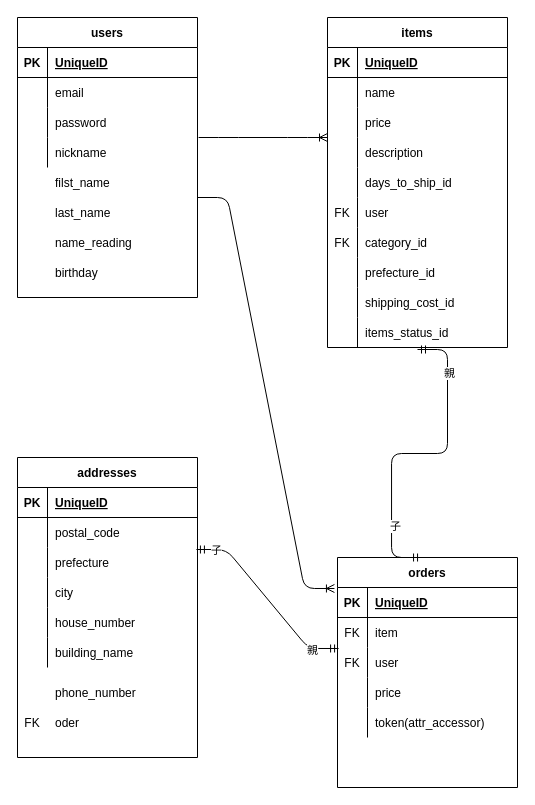
This is ER.dio from nankokuchu/furima-35010, a draw.io file, before an edit. Source tidied: cells renumbered, new cells numbered last; positions are measured from the earlier drawing's top-left corner, leaving out a move shared by most shapes. Both pictures are drawn from the tidied source at 100%, with x=0, y=0 at pixel (17, 17).
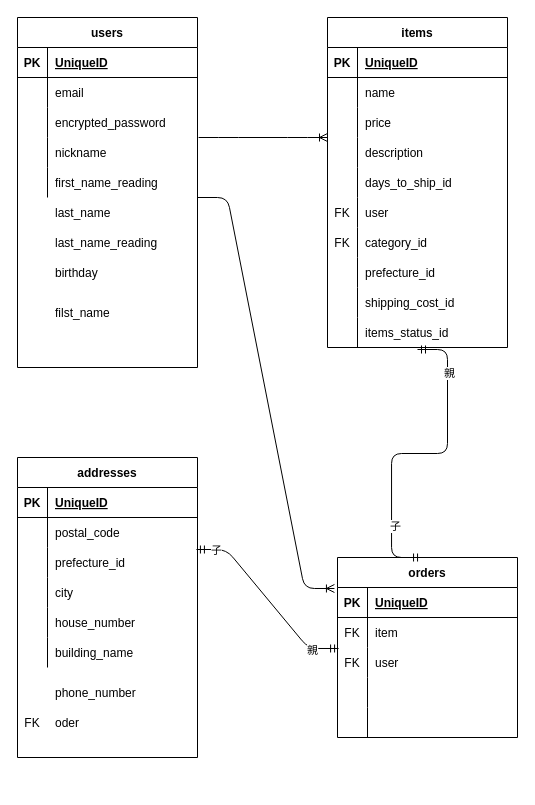
The same page after the edit.

Commit message (it also covers changes not shown here):
データーベース設計（修正2）

Unchanged cells that the change refers to:
```xml
<mxCell id="9" style="shape=partialRectangle;fillColor=none;top=0;left=0;bottom=0;right=0;" parent="2" vertex="1">
  <mxGeometry y="90" width="180" height="30" as="geometry" />
</mxCell>
<mxCell id="61" style="shape=partialRectangle;fillColor=none;top=0;left=0;bottom=0;right=0;" parent="51" vertex="1">
  <mxGeometry y="120" width="180" height="30" as="geometry" />
</mxCell>
<mxCell id="64" style="shape=partialRectangle;fillColor=none;top=0;left=0;bottom=0;right=0;" parent="51" vertex="1">
  <mxGeometry y="150" width="180" height="30" as="geometry" />
</mxCell>
<mxCell id="74" style="shape=partialRectangle;fillColor=none;top=0;left=0;bottom=0;right=0;points=[[0,0.5],[1,0.5]];portConstraint=eastwest;" parent="67" vertex="1">
  <mxGeometry y="90" width="180" height="30" as="geometry" />
</mxCell>
```

Change to the diagram source:
```diff
@@
     <mxCell id="2" value="users" style="shape=table;startSize=30;childLayout=tableLayout;rowLines=0;fontStyle=1;align=center;" parent="1" vertex="1">
-      <mxGeometry width="180" height="280" as="geometry" />
+      <mxGeometry width="180" height="350" as="geometry" />
     </mxCell>
@@
-    <mxCell id="11" value="password" style="shape=partialRectangle;fillColor=none;top=0;left=0;bottom=0;right=0;align=left;spacingLeft=6;overflow=hidden;" parent="9" vertex="1">
+    <mxCell id="11" value="encrypted_password" style="shape=partialRectangle;fillColor=none;top=0;left=0;bottom=0;right=0;align=left;spacingLeft=6;overflow=hidden;" parent="9" vertex="1">
       <mxGeometry x="30" width="150" height="30" as="geometry" />
     </mxCell>
@@
+    <mxCell id="101" style="shape=partialRectangle;fillColor=none;top=0;left=0;bottom=0;right=0;" parent="2" vertex="1">
+      <mxGeometry y="150" width="180" height="30" as="geometry" />
+    </mxCell>
+    <mxCell id="102" style="shape=partialRectangle;fillColor=none;top=0;left=0;bottom=0;right=0;overflow=hidden;" parent="101" vertex="1">
+      <mxGeometry width="30" height="30" as="geometry" />
+    </mxCell>
+    <mxCell id="103" value="first_name_reading" style="shape=partialRectangle;fillColor=none;top=0;left=0;bottom=0;right=0;align=left;spacingLeft=6;overflow=hidden;" parent="101" vertex="1">
+      <mxGeometry x="30" width="150" height="30" as="geometry" />
+    </mxCell>
     <mxCell id="15" value="filst_name" style="shape=partialRectangle;fillColor=none;top=0;left=0;bottom=0;right=0;align=left;spacingLeft=6;overflow=hidden;" parent="1" vertex="1">
-      <mxGeometry x="30" y="150" width="150" height="30" as="geometry" />
+      <mxGeometry x="30" y="280" width="150" height="30" as="geometry" />
     </mxCell>
@@
-    <mxCell id="17" value="name_reading" style="shape=partialRectangle;fillColor=none;top=0;left=0;bottom=0;right=0;align=left;spacingLeft=6;overflow=hidden;" parent="1" vertex="1">
+    <mxCell id="17" value="last_name_reading" style="shape=partialRectangle;fillColor=none;top=0;left=0;bottom=0;right=0;align=left;spacingLeft=6;overflow=hidden;" parent="1" vertex="1">
       <mxGeometry x="30" y="210" width="150" height="30" as="geometry" />
     </mxCell>
@@
     <mxCell id="51" value="orders" style="shape=table;startSize=30;childLayout=tableLayout;rowLines=0;fontStyle=1;align=center;" parent="1" vertex="1">
-      <mxGeometry x="320" y="540" width="180" height="230" as="geometry" />
+      <mxGeometry x="320" y="540" width="180" height="180" as="geometry" />
     </mxCell>
@@
-    <mxCell id="63" value="price" style="shape=partialRectangle;fillColor=none;top=0;left=0;bottom=0;right=0;align=left;spacingLeft=6;overflow=hidden;" parent="61" vertex="1">
+    <mxCell id="63" style="shape=partialRectangle;fillColor=none;top=0;left=0;bottom=0;right=0;align=left;spacingLeft=6;overflow=hidden;" parent="61" vertex="1">
       <mxGeometry x="30" width="150" height="30" as="geometry" />
     </mxCell>
@@
-    <mxCell id="66" value="token(attr_accessor)" style="shape=partialRectangle;fillColor=none;top=0;left=0;bottom=0;right=0;align=left;spacingLeft=6;overflow=hidden;" parent="64" vertex="1">
+    <mxCell id="66" style="shape=partialRectangle;fillColor=none;top=0;left=0;bottom=0;right=0;align=left;spacingLeft=6;overflow=hidden;" parent="64" vertex="1">
       <mxGeometry x="30" width="150" height="30" as="geometry" />
     </mxCell>
@@
-    <mxCell id="76" value="prefecture" style="shape=partialRectangle;fillColor=none;top=0;left=0;bottom=0;right=0;align=left;spacingLeft=6;overflow=hidden;" parent="74" vertex="1">
+    <mxCell id="76" value="prefecture_id" style="shape=partialRectangle;fillColor=none;top=0;left=0;bottom=0;right=0;align=left;spacingLeft=6;overflow=hidden;" parent="74" vertex="1">
       <mxGeometry x="30" width="150" height="30" as="geometry" />
     </mxCell>
```
